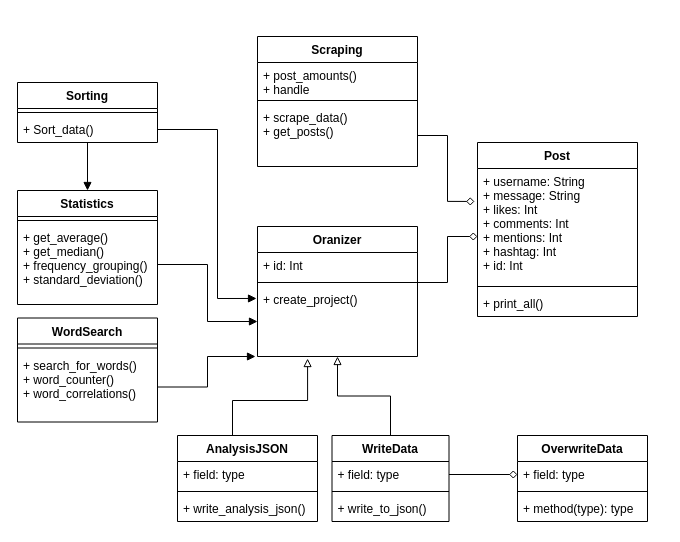
The draw.io diagram Untitled Diagram.drawio in ztychr/tweeda, before the edit. Source tidied: cells renumbered, new cells numbered last; positions are measured from the earlier drawing's top-left corner, leaving out a move shared by most shapes. Both pictures are drawn from the tidied source at 100%, with x=0, y=0 at pixel (17, 36).
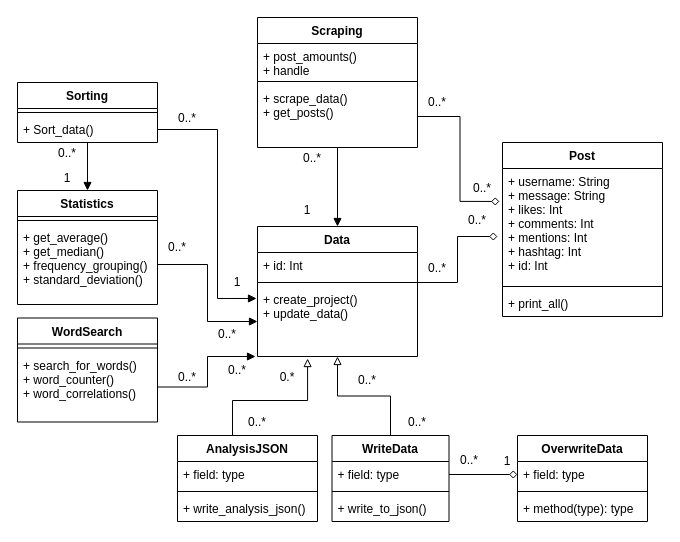
After the change.

The change refers to these unchanged cells:
```xml
<mxCell id="8" style="line;strokeWidth=1;fillColor=none;align=left;verticalAlign=middle;spacingTop=-1;spacingLeft=3;spacingRight=3;labelPosition=right;points=[];portConstraint=eastwest;" parent="6" vertex="1">
  <mxGeometry y="52" width="160" height="8" as="geometry" />
</mxCell>
```

What changed in the source:
```diff
@@
     <mxCell id="2" value="Post" style="swimlane;fontStyle=1;align=center;verticalAlign=top;horizontal=1;startSize=26;" parent="1" vertex="1">
-      <mxGeometry x="460" y="106" width="160" height="174" as="geometry" />
+      <mxGeometry x="485" y="106" width="160" height="174" as="geometry" />
     </mxCell>
@@
-    <mxCell id="6" value="Oranizer" style="swimlane;fontStyle=1;align=center;verticalAlign=top;horizontal=1;startSize=26;" parent="1" vertex="1">
+    <mxCell id="6" value="Data" style="swimlane;fontStyle=1;align=center;verticalAlign=top;horizontal=1;startSize=26;" parent="1" vertex="1">
       <mxGeometry x="240" y="190" width="160" height="130" as="geometry" />
     </mxCell>
@@
-    <mxCell id="9" value="+ create_project()" style="text;strokeColor=none;fillColor=none;align=left;verticalAlign=top;spacingLeft=4;spacingRight=4;overflow=hidden;points=[[0,0.5],[1,0.5]];portConstraint=eastwest;" parent="6" vertex="1">
+    <mxCell id="9" value="+ create_project()&#10;+ update_data()&#10;" style="text;strokeColor=none;fillColor=none;align=left;verticalAlign=top;spacingLeft=4;spacingRight=4;overflow=hidden;points=[[0,0.5],[1,0.5]];portConstraint=eastwest;" parent="6" vertex="1">
       <mxGeometry y="60" width="160" height="70" as="geometry" />
     </mxCell>
@@
+    <mxCell id="44" style="edgeStyle=orthogonalEdgeStyle;rounded=0;jettySize=auto;html=1;entryX=0.5;entryY=0;entryDx=0;entryDy=0;endArrow=block;endFill=1;" parent="1" edge="1" source="25" target="6">
+      <mxGeometry relative="1" as="geometry" />
+    </mxCell>
     <mxCell id="25" value="Scraping" style="swimlane;fontStyle=1;align=center;verticalAlign=top;horizontal=1;startSize=26;" parent="1" vertex="1">
-      <mxGeometry x="240" width="160" height="130" as="geometry" />
+      <mxGeometry x="240" y="-19" width="160" height="130" as="geometry" />
     </mxCell>
@@
     <mxCell id="41" style="edgeStyle=orthogonalEdgeStyle;rounded=0;jettySize=auto;html=1;endArrow=diamond;endFill=0;" parent="1" edge="1" source="8">
       <mxGeometry relative="1" as="geometry">
-        <mxPoint x="460" y="200" as="targetPoint" />
+        <mxPoint x="480" y="200" as="targetPoint" />
         <Array as="points">
-          <mxPoint x="430" y="246" />
-          <mxPoint x="430" y="200" />
-          <mxPoint x="460" y="200" />
+          <mxPoint x="440" y="246" />
+          <mxPoint x="440" y="200" />
         </Array>
       </mxGeometry>
     </mxCell>
@@
+    <mxCell id="45" value="0..*" style="text;html=1;strokeColor=none;fillColor=none;align=center;verticalAlign=middle;whiteSpace=wrap;rounded=0;" parent="1" vertex="1">
+      <mxGeometry x="150" y="72" width="40" height="20" as="geometry" />
+    </mxCell>
+    <mxCell id="46" value="0..*" style="text;html=1;strokeColor=none;fillColor=none;align=center;verticalAlign=middle;whiteSpace=wrap;rounded=0;" parent="1" vertex="1">
+      <mxGeometry x="30" y="107" width="40" height="20" as="geometry" />
+    </mxCell>
+    <mxCell id="47" value="1" style="text;html=1;strokeColor=none;fillColor=none;align=center;verticalAlign=middle;whiteSpace=wrap;rounded=0;" parent="1" vertex="1">
+      <mxGeometry x="30" y="132" width="40" height="20" as="geometry" />
+    </mxCell>
+    <mxCell id="48" value="1" style="text;html=1;strokeColor=none;fillColor=none;align=center;verticalAlign=middle;whiteSpace=wrap;rounded=0;" parent="1" vertex="1">
+      <mxGeometry x="200" y="236" width="40" height="20" as="geometry" />
+    </mxCell>
+    <mxCell id="49" value="0..*" style="text;html=1;strokeColor=none;fillColor=none;align=center;verticalAlign=middle;whiteSpace=wrap;rounded=0;" parent="1" vertex="1">
+      <mxGeometry x="140" y="201" width="40" height="20" as="geometry" />
+    </mxCell>
+    <mxCell id="50" value="0..*" style="text;html=1;strokeColor=none;fillColor=none;align=center;verticalAlign=middle;whiteSpace=wrap;rounded=0;" parent="1" vertex="1">
+      <mxGeometry x="190" y="287.5" width="40" height="20" as="geometry" />
+    </mxCell>
+    <mxCell id="51" value="0..*" style="text;html=1;strokeColor=none;fillColor=none;align=center;verticalAlign=middle;whiteSpace=wrap;rounded=0;" parent="1" vertex="1">
+      <mxGeometry x="150" y="330.5" width="40" height="20" as="geometry" />
+    </mxCell>
+    <mxCell id="52" value="0..*" style="text;html=1;strokeColor=none;fillColor=none;align=center;verticalAlign=middle;whiteSpace=wrap;rounded=0;" parent="1" vertex="1">
+      <mxGeometry x="200" y="323.5" width="40" height="20" as="geometry" />
+    </mxCell>
+    <mxCell id="53" value="0.*" style="text;html=1;strokeColor=none;fillColor=none;align=center;verticalAlign=middle;whiteSpace=wrap;rounded=0;" parent="1" vertex="1">
+      <mxGeometry x="250" y="330.5" width="40" height="20" as="geometry" />
+    </mxCell>
+    <mxCell id="54" value="0..*" style="text;html=1;strokeColor=none;fillColor=none;align=center;verticalAlign=middle;whiteSpace=wrap;rounded=0;" parent="1" vertex="1">
+      <mxGeometry x="220" y="375.5" width="40" height="20" as="geometry" />
+    </mxCell>
+    <mxCell id="55" value="0..*" style="text;html=1;strokeColor=none;fillColor=none;align=center;verticalAlign=middle;whiteSpace=wrap;rounded=0;" parent="1" vertex="1">
+      <mxGeometry x="330" y="333.5" width="40" height="20" as="geometry" />
+    </mxCell>
+    <mxCell id="56" value="0..*" style="text;html=1;strokeColor=none;fillColor=none;align=center;verticalAlign=middle;whiteSpace=wrap;rounded=0;" parent="1" vertex="1">
+      <mxGeometry x="380" y="375.5" width="40" height="20" as="geometry" />
+    </mxCell>
+    <mxCell id="57" value="1" style="text;html=1;strokeColor=none;fillColor=none;align=center;verticalAlign=middle;whiteSpace=wrap;rounded=0;" parent="1" vertex="1">
+      <mxGeometry x="470" y="415" width="40" height="20" as="geometry" />
+    </mxCell>
+    <mxCell id="58" value="0..*" style="text;html=1;strokeColor=none;fillColor=none;align=center;verticalAlign=middle;whiteSpace=wrap;rounded=0;" parent="1" vertex="1">
+      <mxGeometry x="431.5" y="414" width="40" height="20" as="geometry" />
+    </mxCell>
+    <mxCell id="59" value="0..*" style="text;html=1;strokeColor=none;fillColor=none;align=center;verticalAlign=middle;whiteSpace=wrap;rounded=0;" parent="1" vertex="1">
+      <mxGeometry x="274.5" y="112" width="40" height="20" as="geometry" />
+    </mxCell>
+    <mxCell id="60" value="1" style="text;html=1;strokeColor=none;fillColor=none;align=center;verticalAlign=middle;whiteSpace=wrap;rounded=0;" parent="1" vertex="1">
+      <mxGeometry x="270" y="164" width="40" height="20" as="geometry" />
+    </mxCell>
+    <mxCell id="61" value="0..*" style="text;html=1;strokeColor=none;fillColor=none;align=center;verticalAlign=middle;whiteSpace=wrap;rounded=0;" parent="1" vertex="1">
+      <mxGeometry x="400" y="222" width="40" height="20" as="geometry" />
+    </mxCell>
+    <mxCell id="62" value="0..*" style="text;html=1;strokeColor=none;fillColor=none;align=center;verticalAlign=middle;whiteSpace=wrap;rounded=0;" parent="1" vertex="1">
+      <mxGeometry x="440" y="174" width="40" height="20" as="geometry" />
+    </mxCell>
+    <mxCell id="63" value="0..*" style="text;html=1;strokeColor=none;fillColor=none;align=center;verticalAlign=middle;whiteSpace=wrap;rounded=0;" parent="1" vertex="1">
+      <mxGeometry x="400" y="56" width="40" height="20" as="geometry" />
+    </mxCell>
+    <mxCell id="64" value="0..*" style="text;html=1;strokeColor=none;fillColor=none;align=center;verticalAlign=middle;whiteSpace=wrap;rounded=0;" parent="1" vertex="1">
+      <mxGeometry x="445" y="142" width="40" height="20" as="geometry" />
+    </mxCell>
```
